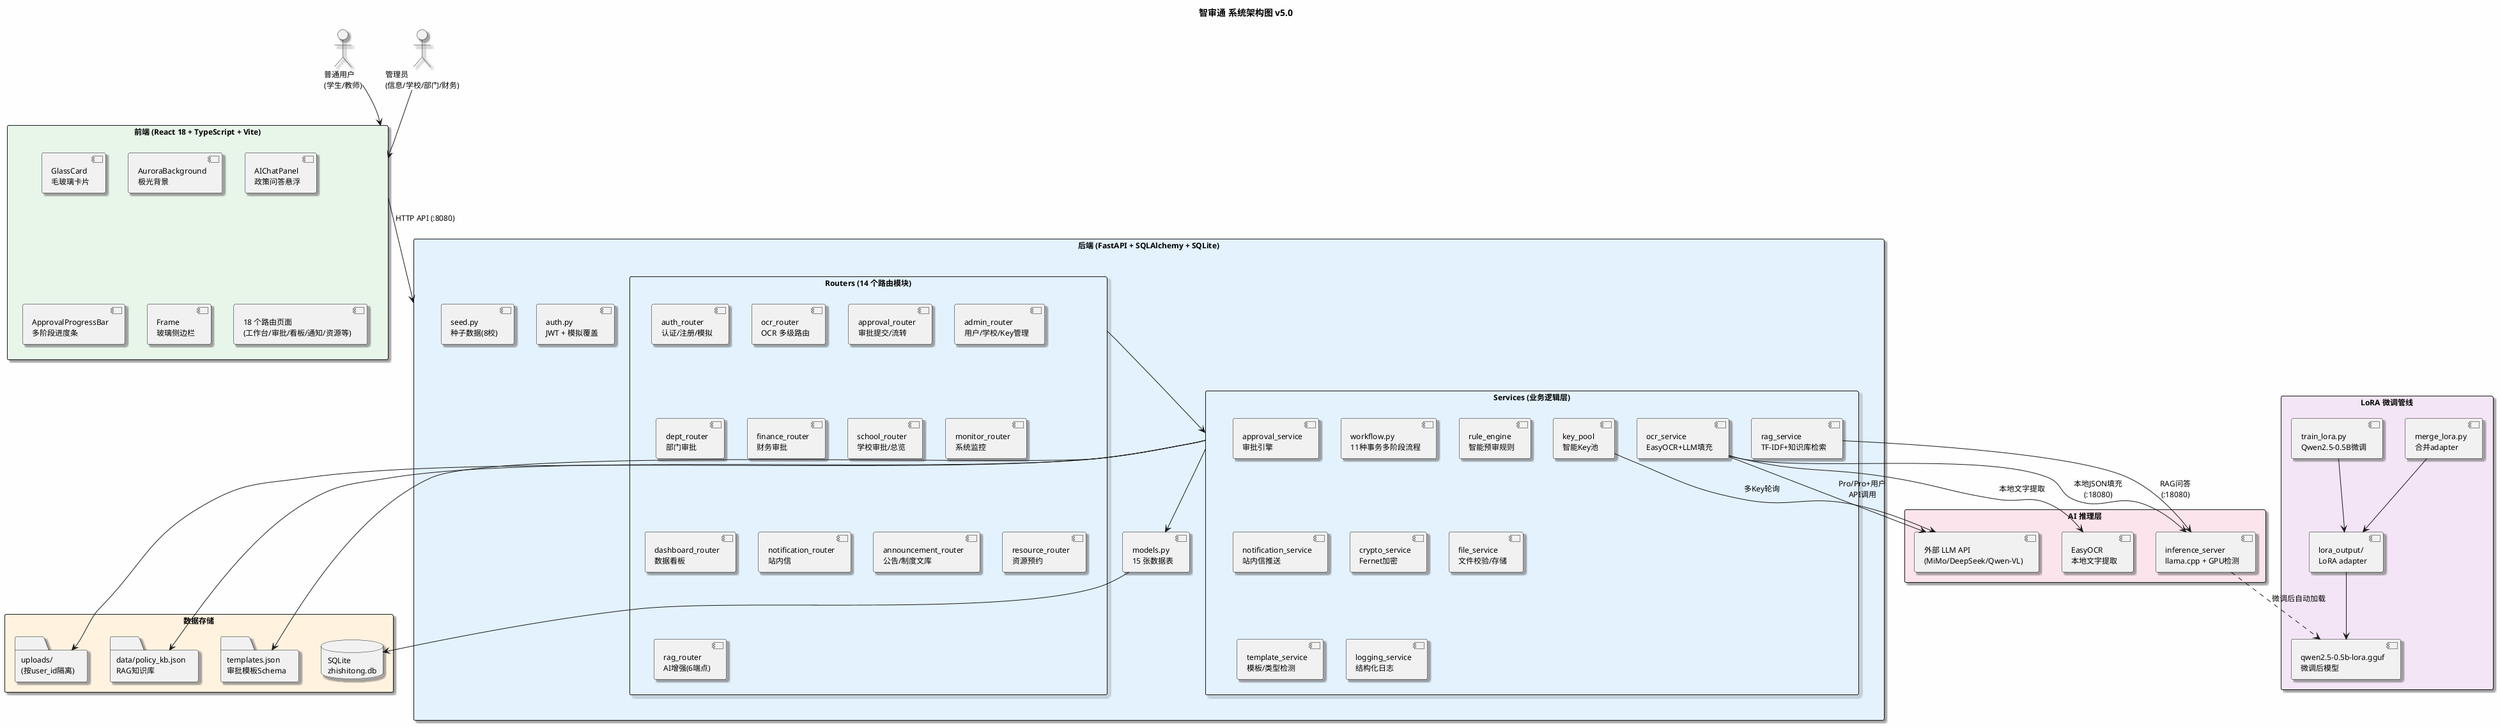
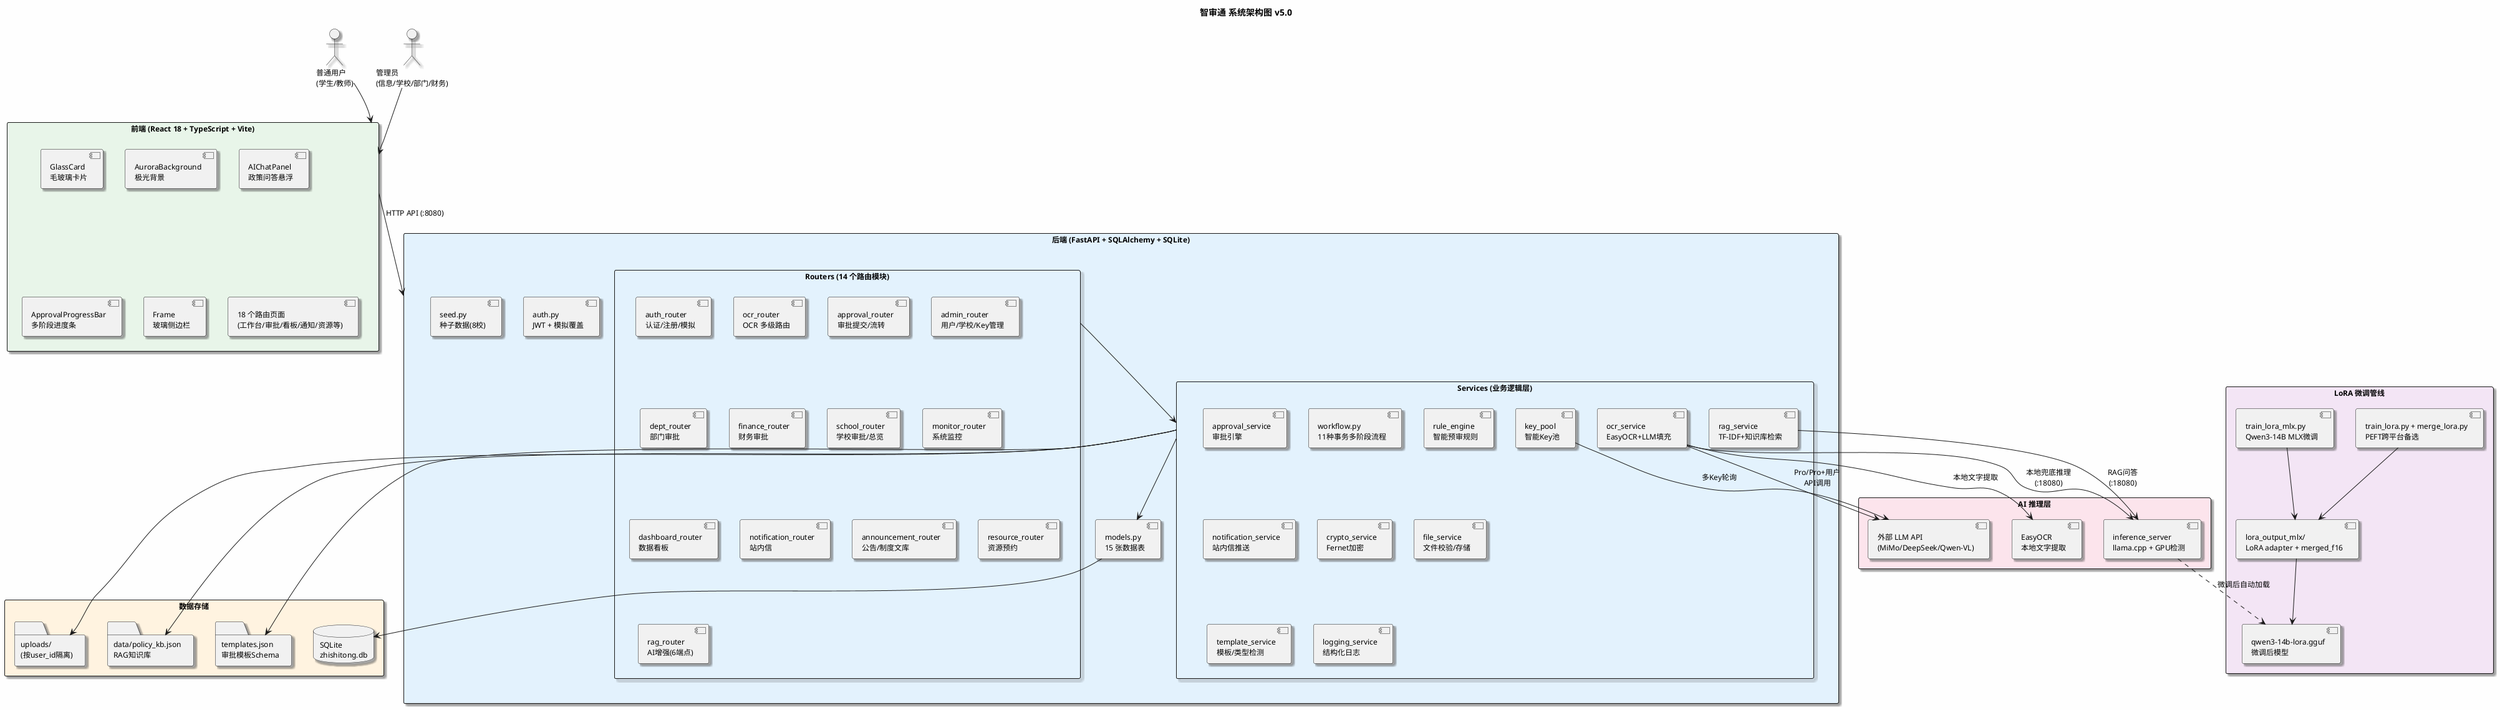
@startuml 智审通系统架构图 v5.0
' ============================================================
' 智审通 — 系统架构图
' ============================================================

skinparam backgroundColor #FEFEFE
skinparam defaultFontSize 12
skinparam componentStyle uml2
skinparam packageStyle rectangle
skinparam shadowing true

title 智审通 系统架构图 v5.0

' ── 用户层 ──
actor "普通用户\n(学生/教师)" as User
actor "管理员\n(信息/学校/部门/财务)" as Admin

' ── 前端层 ──
package "前端 (React 18 + TypeScript + Vite)" as Frontend #E8F5E9 {
  component "GlassCard\n毛玻璃卡片" as GlassCard
  component "AuroraBackground\n极光背景" as Aurora
  component "AIChatPanel\n政策问答悬浮" as ChatPanel
  component "ApprovalProgressBar\n多阶段进度条" as ProgressBar
  component "Frame\n玻璃侧边栏" as Frame
  component "18 个路由页面\n(工作台/审批/看板/通知/资源等)" as Pages
}

' ── 后端层 ──
package "后端 (FastAPI + SQLAlchemy + SQLite)" as Backend #E3F2FD {
  package "Routers (14 个路由模块)" as Routers {
    component "auth_router\n认证/注册/模拟" as AuthR
    component "ocr_router\nOCR 多级路由" as OcrR
    component "approval_router\n审批提交/流转" as ApprovalR
    component "admin_router\n用户/学校/Key管理" as AdminR
    component "dept_router\n部门审批" as DeptR
    component "finance_router\n财务审批" as FinanceR
    component "school_router\n学校审批/总览" as SchoolR
    component "monitor_router\n系统监控" as MonitorR
    component "dashboard_router\n数据看板" as DashR
    component "notification_router\n站内信" as NotifR
    component "announcement_router\n公告/制度文库" as AnnR
    component "resource_router\n资源预约" as ResR
    component "rag_router\nAI增强(6端点)" as RagR
  }

  package "Services (业务逻辑层)" as Services {
    component "ocr_service\nEasyOCR+LLM填充" as OcrSvc
    component "approval_service\n审批引擎" as ApprovalSvc
    component "workflow.py\n11种事务多阶段流程" as WorkflowSvc
    component "rule_engine\n智能预审规则" as RuleSvc
    component "rag_service\nTF-IDF+知识库检索" as RagSvc
    component "key_pool\n智能Key池" as KeyPool
    component "notification_service\n站内信推送" as NotifSvc
    component "crypto_service\nFernet加密" as CryptoSvc
    component "file_service\n文件校验/存储" as FileSvc
    component "template_service\n模板/类型检测" as TplSvc
    component "logging_service\n结构化日志" as LogSvc
  }

  component "models.py\n15 张数据表" as Models
  component "auth.py\nJWT + 模拟覆盖" as Auth
  component "seed.py\n种子数据(8校)" as Seed
}

' ── 数据层 ──
package "数据存储" as DataLayer #FFF3E0 {
  database "SQLite\nzhishitong.db" as DB
  folder "uploads/\n(按user_id隔离)" as Uploads
  folder "data/policy_kb.json\nRAG知识库" as KB
  folder "templates.json\n审批模板Schema" as Tpl
}

' ── AI 推理层 ──
package "AI 推理层" as AILayer #FCE4EC {
  component "inference_server\nllama.cpp + GPU检测" as LlamaCpp
  component "EasyOCR\n本地文字提取" as EasyOCR
  component "外部 LLM API\n(MiMo/DeepSeek/Qwen-VL)" as ExtLLM
}

' ── LoRA 训练管线 ──
package "LoRA 微调管线" as LoRA #F3E5F5 {
-   component "train_lora.py\nQwen2.5-0.5B微调" as Train
-   component "merge_lora.py\n合并adapter" as Merge
-   component "lora_output/\nLoRA adapter" as LoraOut
-   component "qwen2.5-0.5b-lora.gguf\n微调后模型" as LoraGGUF
+   component "train_lora_mlx.py\nQwen3-14B MLX微调" as Train
+   component "train_lora.py + merge_lora.py\nPEFT跨平台备选" as Merge
+   component "lora_output_mlx/\nLoRA adapter + merged_f16" as LoraOut
+   component "qwen3-14b-lora.gguf\n微调后模型" as LoraGGUF
}

' ── 关系 ──
User --> Frontend
Admin --> Frontend
Frontend --> Backend : HTTP API (:8080)
Routers --> Services
Services --> Models
Models --> DB
Services --> Uploads
Services --> KB
Services --> Tpl

OcrSvc --> EasyOCR : 本地文字提取
- OcrSvc --> LlamaCpp : 本地JSON填充\n(:18080)
+ OcrSvc --> LlamaCpp : 本地兜底推理\n(:18080)
OcrSvc --> ExtLLM : Pro/Pro+用户\nAPI调用
RagSvc --> LlamaCpp : RAG问答\n(:18080)
KeyPool --> ExtLLM : 多Key轮询

Train --> LoraOut
Merge --> LoraOut
LoraOut --> LoraGGUF
LlamaCpp ..> LoraGGUF : 微调后自动加载

@enduml
